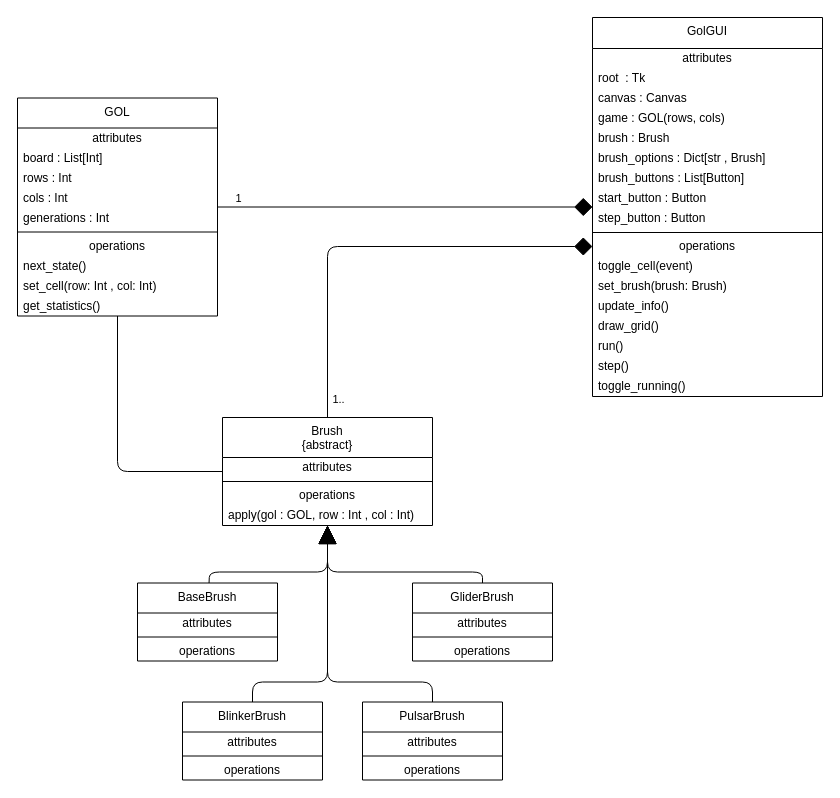
The draw.io diagram structure.drawio in Tibi82/Game-of-Life-1, before the edit. Source tidied: cells renumbered, new cells numbered last; positions are measured from the earlier drawing's top-left corner, leaving out a move shared by most shapes. Both pictures are drawn from the tidied source at 100%, with x=0, y=0 at pixel (17, 17).
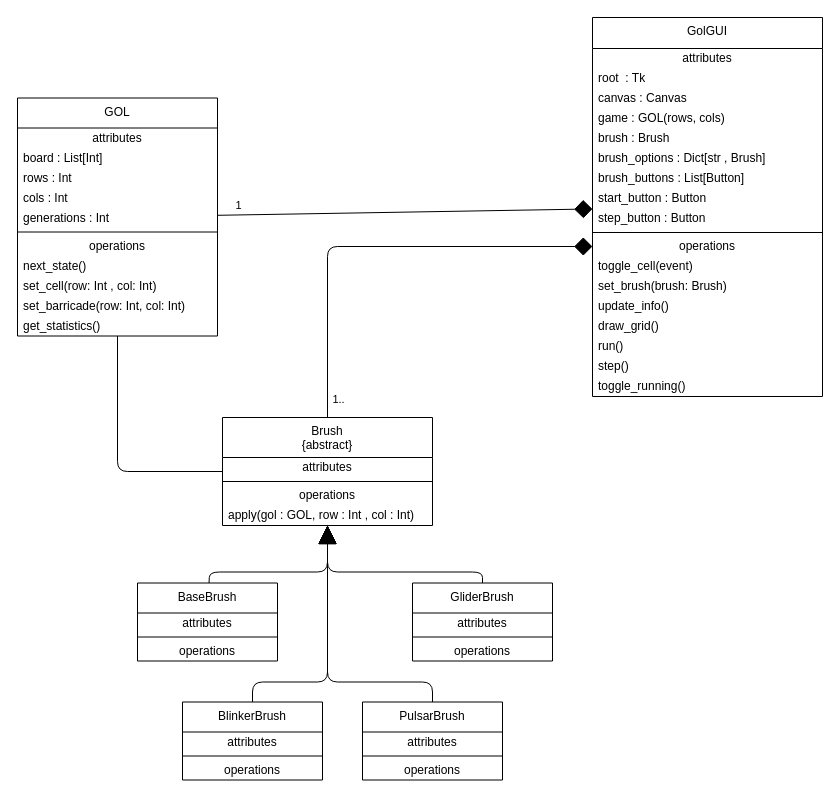
The same page after the edit.

Change to the diagram source:
```diff
@@
     <mxCell id="21" value="GOL" style="swimlane;fontStyle=0;align=center;verticalAlign=top;horizontal=1;startSize=30;html=1;whiteSpace=wrap;" parent="1" vertex="1">
-      <mxGeometry y="80.5" width="200" height="218" as="geometry" />
+      <mxGeometry y="80.5" width="200" height="238" as="geometry" />
     </mxCell>
@@
+    <mxCell id="62" value="set_barricade(row: Int, col: Int)" style="text;html=1;strokeColor=none;fillColor=none;align=left;verticalAlign=middle;spacingLeft=4;spacingRight=4;overflow=hidden;whiteSpace=wrap;" parent="21" vertex="1">
+      <mxGeometry y="198" width="200" height="20" as="geometry" />
+    </mxCell>
     <mxCell id="31" value="get_statistics()" style="text;html=1;strokeColor=none;fillColor=none;align=left;verticalAlign=middle;spacingLeft=4;spacingRight=4;overflow=hidden;whiteSpace=wrap;" parent="21" vertex="1">
-      <mxGeometry y="198" width="200" height="20" as="geometry" />
+      <mxGeometry y="218" width="200" height="20" as="geometry" />
     </mxCell>
```
